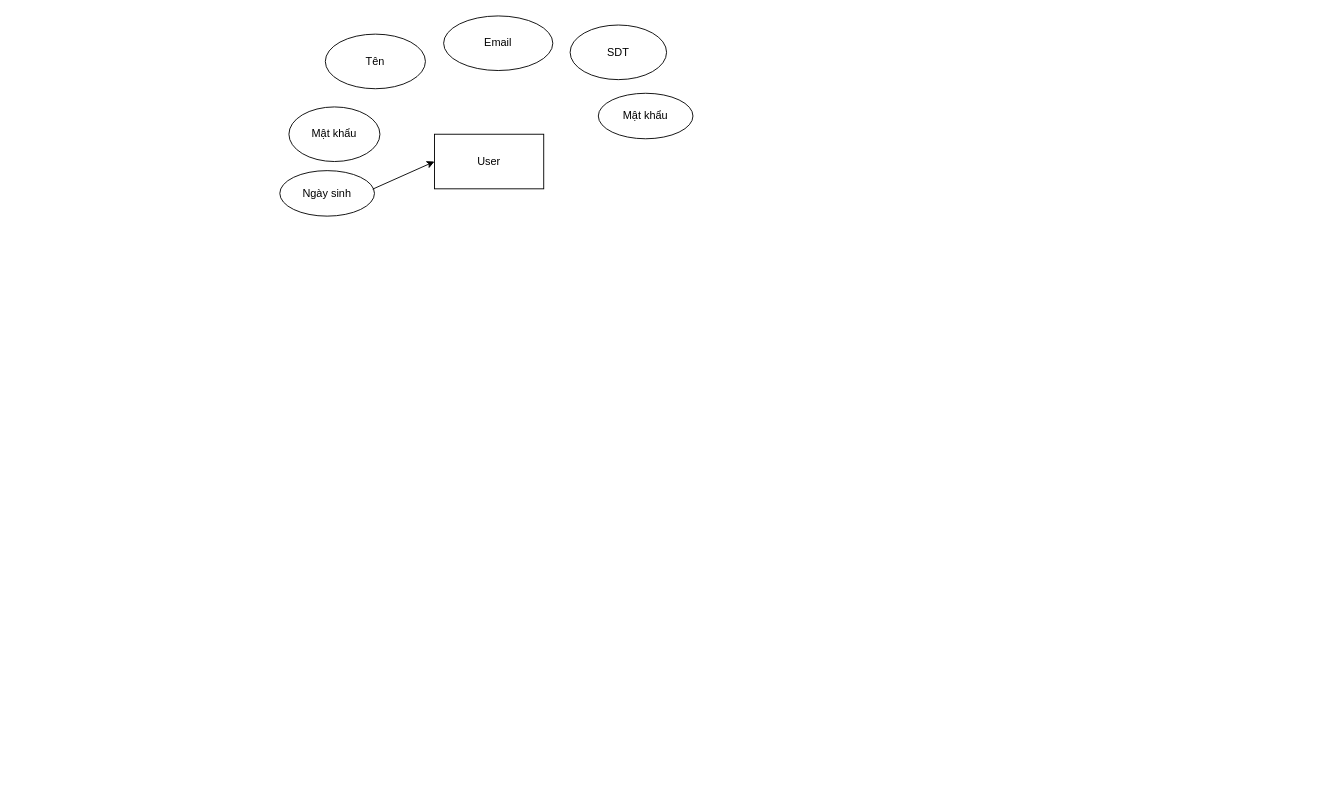
Above: Biểu đồ không có tiêu đề.drawio in vule2303/Angular-JS-project (draw.io), before the change. Source tidied: cells renumbered, new cells numbered last; positions are measured from the earlier drawing's top-left corner, leaving out a move shared by most shapes. Both pictures are drawn from the tidied source at 91%, with x=0, y=0 at pixel (279, 15).
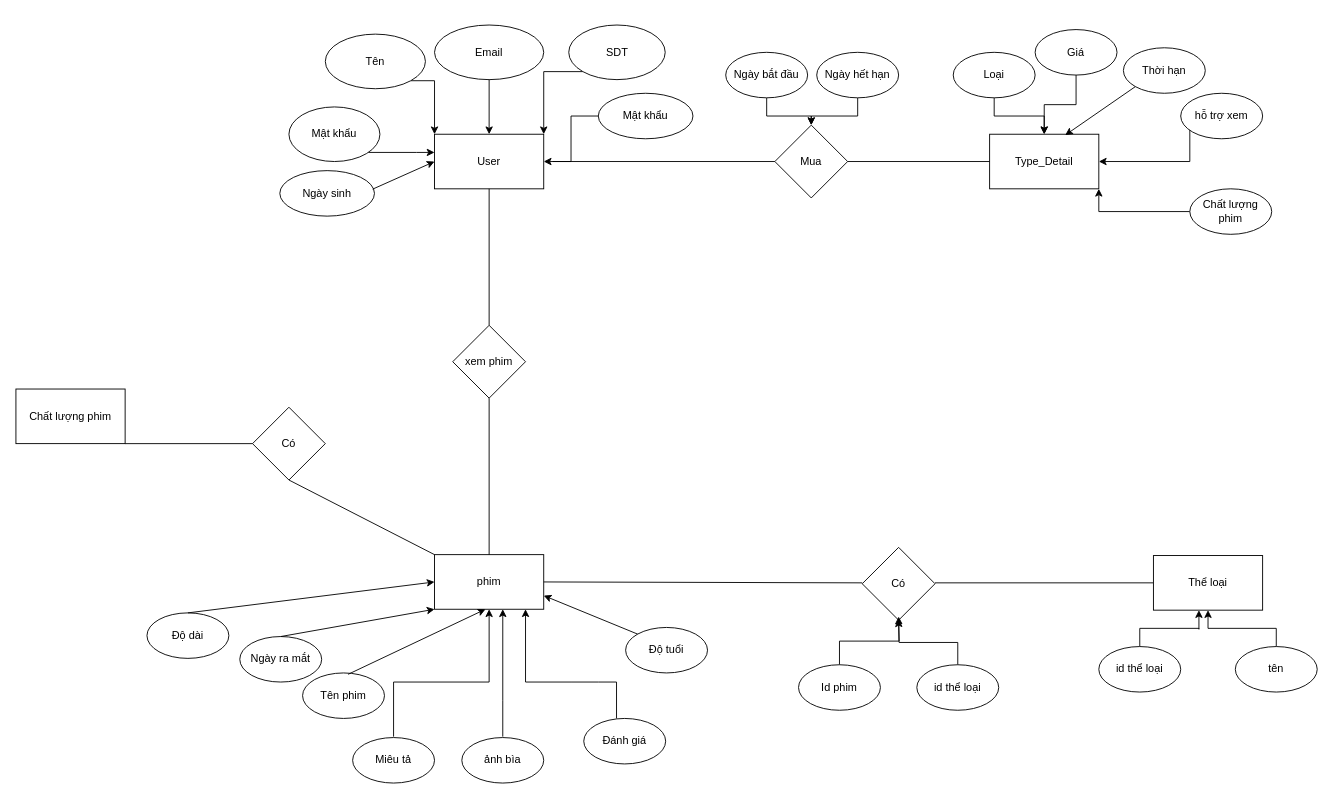
The same diagram, later.

Commit message:
Cập nhật Biểu đồ không có tiêu đề.drawio

Unchanged cells that the change refers to:
```xml
<mxCell id="2" value="User" style="rounded=0;whiteSpace=wrap;html=1;" parent="1" vertex="1">
  <mxGeometry x="170" y="130" width="120" height="60" as="geometry" />
</mxCell>
<mxCell id="3" value="Tên" style="ellipse;whiteSpace=wrap;html=1;" parent="1" vertex="1">
  <mxGeometry x="50" y="20" width="110" height="60" as="geometry" />
</mxCell>
<mxCell id="6" value="Mật khẩu" style="ellipse;whiteSpace=wrap;html=1;" parent="1" vertex="1">
  <mxGeometry x="10" y="100" width="100" height="60" as="geometry" />
</mxCell>
<mxCell id="7" value="Mật khẩu" style="ellipse;whiteSpace=wrap;html=1;" parent="1" vertex="1">
  <mxGeometry x="350" y="85" width="104" height="50" as="geometry" />
</mxCell>
```

The edit, as a diff of the source:
```diff
@@
+    <mxCell id="10" style="edgeStyle=orthogonalEdgeStyle;rounded=0;jettySize=auto;html=1;exitX=1;exitY=1;exitDx=0;exitDy=0;entryX=0;entryY=0;entryDx=0;entryDy=0;" parent="1" edge="1" source="3" target="2">
+      <mxGeometry relative="1" as="geometry">
+        <Array as="points">
+          <mxPoint x="170" y="71" />
+        </Array>
+      </mxGeometry>
+    </mxCell>
@@
+    <mxCell id="11" style="edgeStyle=orthogonalEdgeStyle;rounded=0;jettySize=auto;html=1;exitX=0.5;exitY=1;exitDx=0;exitDy=0;entryX=0.5;entryY=0;entryDx=0;entryDy=0;" parent="1" edge="1" source="4" target="2">
+      <mxGeometry relative="1" as="geometry">
+        <Array as="points">
+          <mxPoint x="230" y="60" />
+        </Array>
+      </mxGeometry>
+    </mxCell>
     <mxCell id="4" value="Email" style="ellipse;whiteSpace=wrap;html=1;" parent="1" vertex="1">
-      <mxGeometry x="180" width="120" height="60" as="geometry" />
+      <mxGeometry x="170" y="10" width="120" height="60" as="geometry" />
     </mxCell>
+    <mxCell id="12" style="edgeStyle=orthogonalEdgeStyle;rounded=0;jettySize=auto;html=1;exitX=0;exitY=1;exitDx=0;exitDy=0;entryX=1;entryY=0;entryDx=0;entryDy=0;" parent="1" edge="1" source="5" target="2">
+      <mxGeometry relative="1" as="geometry" />
+    </mxCell>
     <mxCell id="5" value="SDT" style="ellipse;whiteSpace=wrap;html=1;" parent="1" vertex="1">
-      <mxGeometry x="319" y="10" width="106" height="60" as="geometry" />
+      <mxGeometry x="317.5" y="10" width="106" height="60" as="geometry" />
     </mxCell>
+    <mxCell id="13" style="edgeStyle=orthogonalEdgeStyle;rounded=0;jettySize=auto;html=1;" parent="1" edge="1" source="6" target="2">
+      <mxGeometry relative="1" as="geometry">
+        <Array as="points">
+          <mxPoint x="150" y="150" />
+          <mxPoint x="150" y="150" />
+        </Array>
+      </mxGeometry>
+    </mxCell>
@@
+    <mxCell id="14" style="edgeStyle=orthogonalEdgeStyle;rounded=0;jettySize=auto;html=1;exitX=0;exitY=0.5;exitDx=0;exitDy=0;entryX=1;entryY=0.5;entryDx=0;entryDy=0;" parent="1" edge="1" source="7" target="2">
+      <mxGeometry relative="1" as="geometry" />
+    </mxCell>
@@
+    <mxCell id="15" value="Type_Detail" style="whiteSpace=wrap;html=1;rounded=0;" parent="1" vertex="1">
+      <mxGeometry x="780" y="130" width="120" height="60" as="geometry" />
+    </mxCell>
+    <mxCell id="16" value="Mua" style="rhombus;whiteSpace=wrap;html=1;" parent="1" vertex="1">
+      <mxGeometry x="544" y="120" width="80" height="80" as="geometry" />
+    </mxCell>
+    <mxCell id="17" style="edgeStyle=orthogonalEdgeStyle;rounded=0;jettySize=auto;html=1;" parent="1" edge="1" source="18" target="16">
+      <mxGeometry relative="1" as="geometry" />
+    </mxCell>
+    <mxCell id="18" value="Ngày bắt đầu" style="ellipse;whiteSpace=wrap;html=1;" parent="1" vertex="1">
+      <mxGeometry x="490" y="40" width="90" height="50" as="geometry" />
+    </mxCell>
+    <mxCell id="19" style="edgeStyle=orthogonalEdgeStyle;rounded=0;jettySize=auto;html=1;" parent="1" edge="1" source="20" target="16">
+      <mxGeometry relative="1" as="geometry" />
+    </mxCell>
+    <mxCell id="20" value="Ngày hết hạn" style="ellipse;whiteSpace=wrap;html=1;" parent="1" vertex="1">
+      <mxGeometry x="590" y="40" width="90" height="50" as="geometry" />
+    </mxCell>
+    <mxCell id="21" style="endArrow=none;html=1;rounded=0;entryX=0;entryY=0.5;entryDx=0;entryDy=0;" parent="1" edge="1" target="16">
+      <mxGeometry relative="1" as="geometry">
+        <mxPoint x="300" y="160" as="sourcePoint" />
+      </mxGeometry>
+    </mxCell>
+    <mxCell id="22" style="endArrow=none;html=1;rounded=0;entryX=1;entryY=0.5;entryDx=0;entryDy=0;exitX=0;exitY=0.5;exitDx=0;exitDy=0;" parent="1" edge="1" source="15" target="16">
+      <mxGeometry relative="1" as="geometry" />
+    </mxCell>
+    <mxCell id="23" style="edgeStyle=orthogonalEdgeStyle;rounded=0;jettySize=auto;html=1;" parent="1" edge="1" source="24" target="15">
+      <mxGeometry relative="1" as="geometry" />
+    </mxCell>
+    <mxCell id="24" value="Loại" style="ellipse;whiteSpace=wrap;html=1;" parent="1" vertex="1">
+      <mxGeometry x="740" y="40" width="90" height="50" as="geometry" />
+    </mxCell>
+    <mxCell id="25" style="edgeStyle=orthogonalEdgeStyle;rounded=0;jettySize=auto;html=1;" parent="1" edge="1" source="26" target="15">
+      <mxGeometry relative="1" as="geometry" />
+    </mxCell>
+    <mxCell id="26" value="Giá" style="ellipse;whiteSpace=wrap;html=1;" parent="1" vertex="1">
+      <mxGeometry x="830" y="15" width="90" height="50" as="geometry" />
+    </mxCell>
+    <mxCell id="27" value="Thời hạn" style="ellipse;whiteSpace=wrap;html=1;" parent="1" vertex="1">
+      <mxGeometry x="927" y="35" width="90" height="50" as="geometry" />
+    </mxCell>
+    <mxCell id="28" style="edgeStyle=orthogonalEdgeStyle;rounded=0;jettySize=auto;html=1;exitX=0;exitY=0.5;exitDx=0;exitDy=0;" parent="1" edge="1" source="29" target="15">
+      <mxGeometry relative="1" as="geometry">
+        <Array as="points">
+          <mxPoint x="1000" y="160" />
+        </Array>
+      </mxGeometry>
+    </mxCell>
+    <mxCell id="29" value="hỗ trợ xem" style="ellipse;whiteSpace=wrap;html=1;" parent="1" vertex="1">
+      <mxGeometry x="990" y="85" width="90" height="50" as="geometry" />
+    </mxCell>
+    <mxCell id="30" style="endArrow=classic;html=1;rounded=0;entryX=0.692;entryY=0.017;entryDx=0;entryDy=0;entryPerimeter=0;exitX=0;exitY=1;exitDx=0;exitDy=0;" parent="1" edge="1" source="27" target="15">
+      <mxGeometry relative="1" as="geometry" />
+    </mxCell>
+    <mxCell id="31" style="group;" parent="1" vertex="1">
+      <mxGeometry x="-146" y="593" width="677" height="250" as="geometry" />
+    </mxCell>
+    <mxCell id="32" value="phim" style="rounded=0;whiteSpace=wrap;html=1;" parent="31" vertex="1">
+      <mxGeometry x="316" y="-1" width="120" height="60" as="geometry" />
+    </mxCell>
+    <mxCell id="33" value="Tên phim" style="ellipse;whiteSpace=wrap;html=1;" parent="31" vertex="1">
+      <mxGeometry x="171" y="129" width="90" height="50" as="geometry" />
+    </mxCell>
+    <mxCell id="34" style="edgeStyle=orthogonalEdgeStyle;rounded=0;jettySize=auto;html=1;" parent="31" edge="1" target="32">
+      <mxGeometry relative="1" as="geometry">
+        <mxPoint x="271" y="199" as="sourcePoint" />
+        <Array as="points">
+          <mxPoint x="271" y="139" />
+          <mxPoint x="376" y="139" />
+        </Array>
+      </mxGeometry>
+    </mxCell>
+    <mxCell id="35" value="Miêu tả" style="ellipse;whiteSpace=wrap;html=1;" parent="31" vertex="1">
+      <mxGeometry x="226" y="200" width="90" height="50" as="geometry" />
+    </mxCell>
+    <mxCell id="36" value="ảnh bìa" style="ellipse;whiteSpace=wrap;html=1;" parent="31" vertex="1">
+      <mxGeometry x="346" y="200" width="90" height="50" as="geometry" />
+    </mxCell>
+    <mxCell id="37" style="endArrow=classic;html=1;rounded=0;exitX=0.5;exitY=0;exitDx=0;exitDy=0;entryX=0.5;entryY=1;entryDx=0;entryDy=0;" parent="31" edge="1">
+      <mxGeometry relative="1" as="geometry">
+        <mxPoint x="391" y="199" as="sourcePoint" />
+        <mxPoint x="391" y="59" as="targetPoint" />
+        <Array as="points">
+          <mxPoint x="391" y="159" />
+        </Array>
+      </mxGeometry>
+    </mxCell>
+    <mxCell id="38" value="Đánh giá" style="ellipse;whiteSpace=wrap;html=1;" parent="31" vertex="1">
+      <mxGeometry x="480" y="179" width="90" height="50" as="geometry" />
+    </mxCell>
+    <mxCell id="39" style="endArrow=classic;html=1;rounded=0;" parent="31" edge="1">
+      <mxGeometry relative="1" as="geometry">
+        <mxPoint x="516" y="179" as="sourcePoint" />
+        <mxPoint x="416" y="59" as="targetPoint" />
+        <Array as="points">
+          <mxPoint x="516" y="139" />
+          <mxPoint x="496" y="139" />
+          <mxPoint x="466" y="139" />
+          <mxPoint x="416" y="139" />
+        </Array>
+      </mxGeometry>
+    </mxCell>
+    <mxCell id="40" value="Độ tuổi" style="ellipse;whiteSpace=wrap;html=1;" parent="31" vertex="1">
+      <mxGeometry x="526" y="79" width="90" height="50" as="geometry" />
+    </mxCell>
+    <mxCell id="41" style="endArrow=classic;html=1;rounded=0;exitX=0;exitY=0;exitDx=0;exitDy=0;entryX=1;entryY=0.75;entryDx=0;entryDy=0;" parent="31" edge="1" source="40" target="32">
+      <mxGeometry relative="1" as="geometry" />
+    </mxCell>
+    <mxCell id="42" value="Ngày ra mắt" style="ellipse;whiteSpace=wrap;html=1;" parent="31" vertex="1">
+      <mxGeometry x="102" y="89" width="90" height="50" as="geometry" />
+    </mxCell>
+    <mxCell id="43" style="endArrow=classic;html=1;rounded=0;exitX=0.5;exitY=0;exitDx=0;exitDy=0;entryX=0;entryY=1;entryDx=0;entryDy=0;" parent="31" edge="1" source="42" target="32">
+      <mxGeometry relative="1" as="geometry" />
+    </mxCell>
+    <mxCell id="44" value="Độ dài" style="ellipse;whiteSpace=wrap;html=1;" parent="31" vertex="1">
+      <mxGeometry y="63" width="90" height="50" as="geometry" />
+    </mxCell>
+    <mxCell id="45" style="endArrow=classic;html=1;rounded=0;exitX=0.5;exitY=0;exitDx=0;exitDy=0;entryX=0;entryY=0.5;entryDx=0;entryDy=0;" parent="31" edge="1" source="44" target="32">
+      <mxGeometry relative="1" as="geometry" />
+    </mxCell>
+    <mxCell id="46" style="endArrow=classic;html=1;rounded=0;exitX=0.556;exitY=0.03;exitDx=0;exitDy=0;exitPerimeter=0;" parent="31" edge="1" source="33">
+      <mxGeometry relative="1" as="geometry">
+        <mxPoint x="372" y="59" as="targetPoint" />
+      </mxGeometry>
+    </mxCell>
+    <mxCell id="47" style="endArrow=none;html=1;rounded=0;exitX=1;exitY=0.5;exitDx=0;exitDy=0;entryX=0;entryY=0.5;entryDx=0;entryDy=0;" parent="1" edge="1" source="32">
+      <mxGeometry relative="1" as="geometry">
+        <mxPoint x="640" y="623" as="targetPoint" />
+      </mxGeometry>
+    </mxCell>
+    <mxCell id="48" style="endArrow=none;html=1;rounded=0;exitX=1;exitY=0.5;exitDx=0;exitDy=0;entryX=0;entryY=0.5;entryDx=0;entryDy=0;" parent="1" edge="1" target="50">
+      <mxGeometry relative="1" as="geometry">
+        <mxPoint x="720" y="623" as="sourcePoint" />
+      </mxGeometry>
+    </mxCell>
+    <mxCell id="49" style="group;" parent="1" vertex="1">
+      <mxGeometry x="900" y="593" width="240" height="150" as="geometry" />
+    </mxCell>
+    <mxCell id="50" value="Thể loại" style="rounded=0;whiteSpace=wrap;html=1;" parent="49" vertex="1">
+      <mxGeometry x="60" width="120" height="60" as="geometry" />
+    </mxCell>
+    <mxCell id="51" style="edgeStyle=orthogonalEdgeStyle;rounded=0;jettySize=auto;html=1;exitX=0.5;exitY=0;exitDx=0;exitDy=0;" parent="49" edge="1" source="52">
+      <mxGeometry relative="1" as="geometry">
+        <mxPoint x="110" y="60" as="targetPoint" />
+      </mxGeometry>
+    </mxCell>
+    <mxCell id="52" value="id thể loại" style="ellipse;whiteSpace=wrap;html=1;" parent="49" vertex="1">
+      <mxGeometry y="100" width="90" height="50" as="geometry" />
+    </mxCell>
+    <mxCell id="53" style="edgeStyle=orthogonalEdgeStyle;rounded=0;jettySize=auto;html=1;entryX=0.5;entryY=1;entryDx=0;entryDy=0;" parent="49" edge="1" source="54" target="50">
+      <mxGeometry relative="1" as="geometry" />
+    </mxCell>
+    <mxCell id="54" value="tên" style="ellipse;whiteSpace=wrap;html=1;" parent="49" vertex="1">
+      <mxGeometry x="150" y="100" width="90" height="50" as="geometry" />
+    </mxCell>
+    <mxCell id="55" style="group;" parent="1" vertex="1">
+      <mxGeometry x="570" y="584" width="220" height="180" as="geometry" />
+    </mxCell>
+    <mxCell id="56" value="Có" style="rhombus;whiteSpace=wrap;html=1;" parent="55" vertex="1">
+      <mxGeometry x="70" width="80" height="80" as="geometry" />
+    </mxCell>
+    <mxCell id="57" style="edgeStyle=orthogonalEdgeStyle;rounded=0;jettySize=auto;html=1;exitX=0.5;exitY=0;exitDx=0;exitDy=0;" parent="55" edge="1" source="58">
+      <mxGeometry relative="1" as="geometry">
+        <mxPoint x="110" y="76" as="targetPoint" />
+      </mxGeometry>
+    </mxCell>
+    <mxCell id="58" value="Id phim" style="ellipse;whiteSpace=wrap;html=1;" parent="55" vertex="1">
+      <mxGeometry y="129" width="90" height="50" as="geometry" />
+    </mxCell>
+    <mxCell id="59" style="edgeStyle=orthogonalEdgeStyle;rounded=0;jettySize=auto;html=1;exitX=0.5;exitY=0;exitDx=0;exitDy=0;" parent="55" edge="1" source="60">
+      <mxGeometry relative="1" as="geometry">
+        <mxPoint x="110" y="79" as="targetPoint" />
+      </mxGeometry>
+    </mxCell>
+    <mxCell id="60" value="id thể loại" style="ellipse;whiteSpace=wrap;html=1;" parent="55" vertex="1">
+      <mxGeometry x="130" y="129" width="90" height="50" as="geometry" />
+    </mxCell>
+    <mxCell id="61" style="endArrow=none;html=1;rounded=0;entryX=0.5;entryY=0;entryDx=0;entryDy=0;exitX=0.5;exitY=1;exitDx=0;exitDy=0;" parent="1" edge="1" source="64" target="32">
+      <mxGeometry relative="1" as="geometry" />
+    </mxCell>
+    <mxCell id="62" style="edgeStyle=orthogonalEdgeStyle;rounded=0;jettySize=auto;html=1;entryX=1;entryY=1;entryDx=0;entryDy=0;" parent="1" edge="1" source="63" target="15">
+      <mxGeometry relative="1" as="geometry" />
+    </mxCell>
+    <mxCell id="63" value="Chất lượng phim" style="ellipse;whiteSpace=wrap;html=1;" parent="1" vertex="1">
+      <mxGeometry x="1000" y="190" width="90" height="50" as="geometry" />
+    </mxCell>
+    <mxCell id="64" value="xem phim" style="rhombus;whiteSpace=wrap;html=1;" parent="1" vertex="1">
+      <mxGeometry x="190" y="340" width="80" height="80" as="geometry" />
+    </mxCell>
+    <mxCell id="65" style="endArrow=none;html=1;rounded=0;exitX=0.5;exitY=0;exitDx=0;exitDy=0;entryX=0.5;entryY=1;entryDx=0;entryDy=0;" parent="1" edge="1" source="64" target="2">
+      <mxGeometry relative="1" as="geometry" />
+    </mxCell>
+    <mxCell id="66" value="Có" style="rhombus;whiteSpace=wrap;html=1;" parent="1" vertex="1">
+      <mxGeometry x="-30" y="430" width="80" height="80" as="geometry" />
+    </mxCell>
+    <mxCell id="67" value="Chất lượng phim" style="rounded=0;whiteSpace=wrap;html=1;" parent="1" vertex="1">
+      <mxGeometry x="-290" y="410" width="120" height="60" as="geometry" />
+    </mxCell>
+    <mxCell id="68" style="endArrow=none;html=1;rounded=0;exitX=0.5;exitY=1;exitDx=0;exitDy=0;entryX=0;entryY=0;entryDx=0;entryDy=0;" parent="1" edge="1" source="66" target="32">
+      <mxGeometry relative="1" as="geometry" />
+    </mxCell>
+    <mxCell id="69" style="endArrow=none;html=1;rounded=0;exitX=1;exitY=1;exitDx=0;exitDy=0;entryX=0;entryY=0.5;entryDx=0;entryDy=0;" parent="1" edge="1" source="67" target="66">
+      <mxGeometry relative="1" as="geometry" />
+    </mxCell>
```
